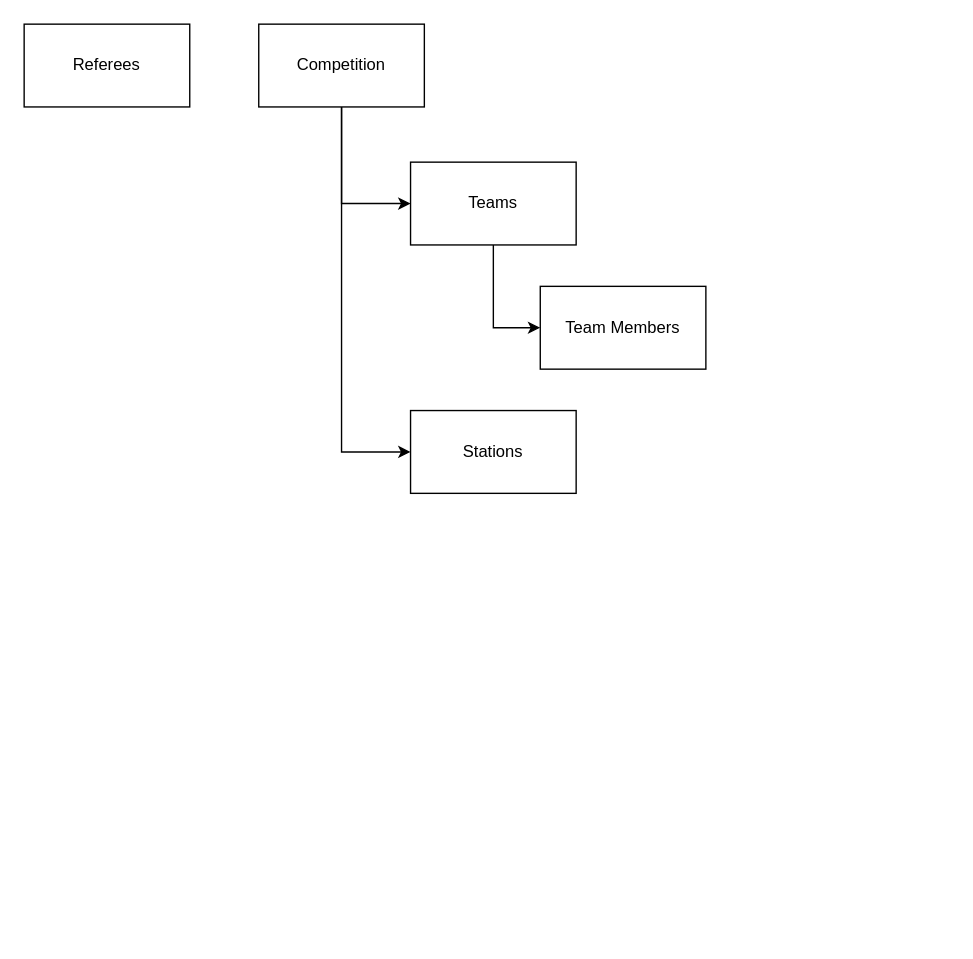
Before: struktura.drawio in DavidCZ2051/cck_admin, a draw.io diagram. Source tidied: cells renumbered, new cells numbered last; positions are measured from the earlier drawing's top-left corner, leaving out a move shared by most shapes. Both pictures are drawn from the tidied source at 138%, with x=0, y=0 at pixel (23, 23).
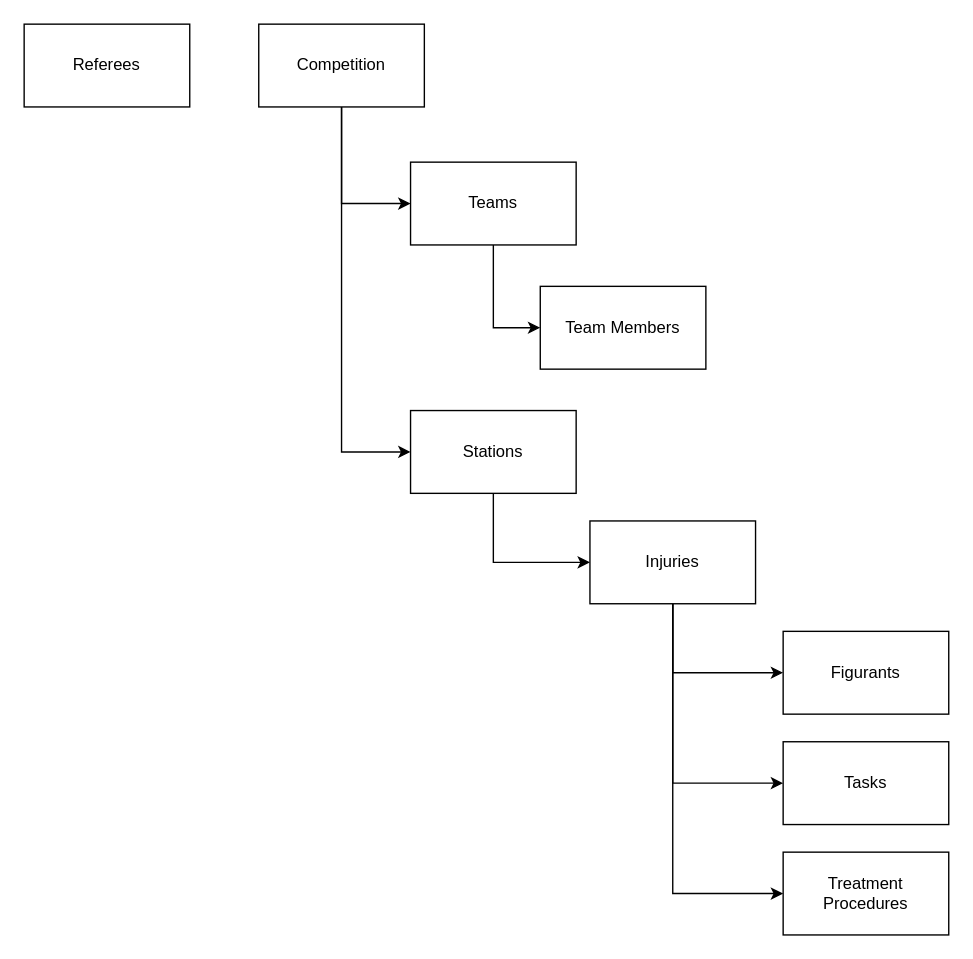
After the change.

Commit message (it also covers changes not shown here):
figurants/injury work

The change refers to these unchanged cells:
```xml
<mxCell id="7" value="Stations" style="rounded=0;whiteSpace=wrap;html=1;" parent="1" vertex="1">
  <mxGeometry x="280" y="280" width="120" height="60" as="geometry" />
</mxCell>
```

The edit, as a diff of the source:
```diff
@@
+    <mxCell id="10" style="edgeStyle=orthogonalEdgeStyle;rounded=0;jettySize=auto;html=1;entryX=0;entryY=0.5;entryDx=0;entryDy=0;" parent="1" edge="1" source="7" target="14">
+      <mxGeometry relative="1" as="geometry">
+        <Array as="points">
+          <mxPoint x="340" y="390" />
+          <mxPoint x="410" y="390" />
+        </Array>
+      </mxGeometry>
+    </mxCell>
@@
+    <mxCell id="11" style="edgeStyle=orthogonalEdgeStyle;rounded=0;jettySize=auto;html=1;entryX=0;entryY=0.5;entryDx=0;entryDy=0;" parent="1" edge="1" source="14" target="15">
+      <mxGeometry relative="1" as="geometry">
+        <Array as="points">
+          <mxPoint x="470" y="470" />
+        </Array>
+      </mxGeometry>
+    </mxCell>
+    <mxCell id="12" style="edgeStyle=orthogonalEdgeStyle;rounded=0;jettySize=auto;html=1;entryX=0;entryY=0.5;entryDx=0;entryDy=0;" parent="1" edge="1" source="14" target="16">
+      <mxGeometry relative="1" as="geometry">
+        <Array as="points">
+          <mxPoint x="470" y="550" />
+        </Array>
+      </mxGeometry>
+    </mxCell>
+    <mxCell id="13" style="edgeStyle=orthogonalEdgeStyle;rounded=0;jettySize=auto;html=1;entryX=0;entryY=0.5;entryDx=0;entryDy=0;" parent="1" edge="1" source="14" target="17">
+      <mxGeometry relative="1" as="geometry">
+        <Array as="points">
+          <mxPoint x="470" y="630" />
+        </Array>
+      </mxGeometry>
+    </mxCell>
+    <mxCell id="14" value="Injuries" style="rounded=0;whiteSpace=wrap;html=1;" parent="1" vertex="1">
+      <mxGeometry x="410" y="360" width="120" height="60" as="geometry" />
+    </mxCell>
+    <mxCell id="15" value="Figurants" style="rounded=0;whiteSpace=wrap;html=1;" parent="1" vertex="1">
+      <mxGeometry x="550" y="440" width="120" height="60" as="geometry" />
+    </mxCell>
+    <mxCell id="16" value="Tasks" style="rounded=0;whiteSpace=wrap;html=1;" parent="1" vertex="1">
+      <mxGeometry x="550" y="520" width="120" height="60" as="geometry" />
+    </mxCell>
+    <mxCell id="17" value="Treatment Procedures" style="rounded=0;whiteSpace=wrap;html=1;" parent="1" vertex="1">
+      <mxGeometry x="550" y="600" width="120" height="60" as="geometry" />
+    </mxCell>
```
